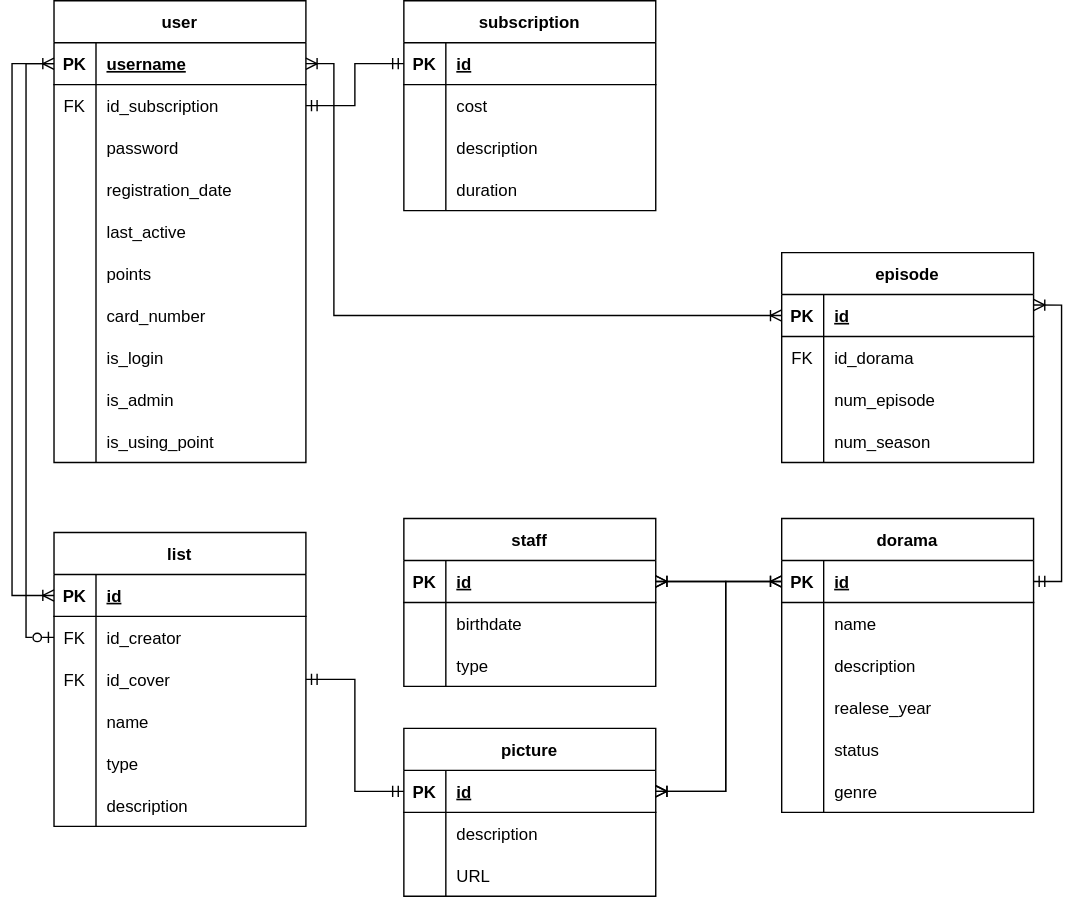
This is docs/img/er-bd.svg from AskaryanKarine/DoramaSet, a draw.io export, as it was before one commit. Source tidied: cells renumbered, new cells last; positions are measured from the earlier drawing's top-left corner, leaving out a move shared by most shapes.
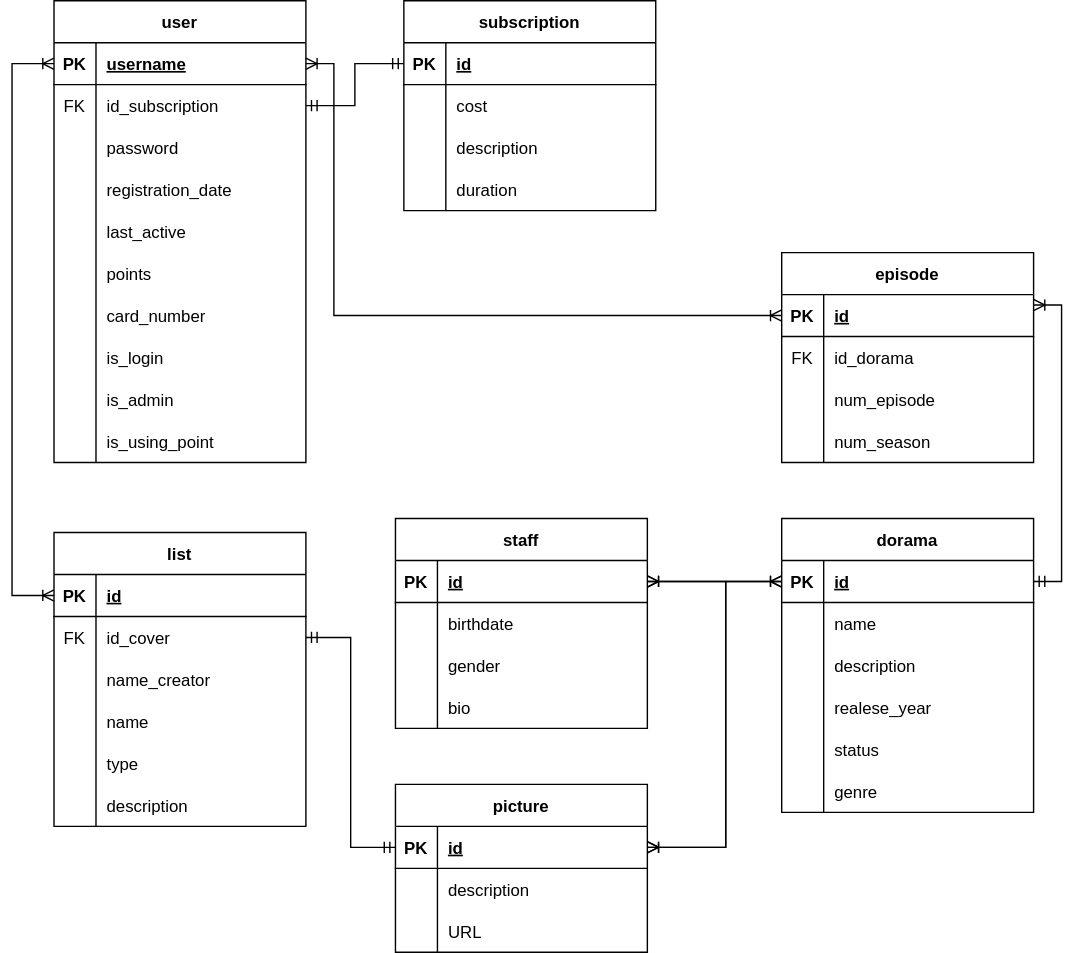
After the change.

Change to the diagram source:
```diff
@@ -146,24 +146,24 @@
     <mxCell id="49" value="id" style="shape=partialRectangle;fillColor=none;top=0;left=0;bottom=0;right=0;align=left;spacingLeft=6;fontStyle=5;overflow=hidden;" parent="47" vertex="1">
       <mxGeometry x="30" width="150" height="30" as="geometry" />
     </mxCell>
+    <mxCell id="53" style="shape=tableRow;horizontal=0;startSize=0;swimlaneHead=0;swimlaneBody=0;fillColor=none;points=[[0,0.5],[1,0.5]];portConstraint=eastwest;top=0;left=0;right=0;bottom=0;" parent="46" vertex="1">
+      <mxGeometry y="60" width="180" height="30" as="geometry" />
+    </mxCell>
+    <mxCell id="54" value="FK" style="shape=partialRectangle;fillColor=none;top=0;left=0;bottom=0;right=0;overflow=hidden;" parent="53" vertex="1">
+      <mxGeometry width="30" height="30" as="geometry" />
+    </mxCell>
+    <mxCell id="55" value="id_cover" style="shape=partialRectangle;fillColor=none;top=0;left=0;bottom=0;right=0;align=left;spacingLeft=6;overflow=hidden;" parent="53" vertex="1">
+      <mxGeometry x="30" width="150" height="30" as="geometry" />
+    </mxCell>
     <mxCell id="50" style="shape=tableRow;horizontal=0;startSize=0;swimlaneHead=0;swimlaneBody=0;fillColor=none;points=[[0,0.5],[1,0.5]];portConstraint=eastwest;top=0;left=0;right=0;bottom=0;" parent="46" vertex="1">
-      <mxGeometry y="60" width="180" height="30" as="geometry" />
+      <mxGeometry y="90" width="180" height="30" as="geometry" />
     </mxCell>
-    <mxCell id="51" value="FK" style="shape=partialRectangle;fillColor=none;top=0;left=0;bottom=0;right=0;overflow=hidden;" parent="50" vertex="1">
+    <mxCell id="51" style="shape=partialRectangle;fillColor=none;top=0;left=0;bottom=0;right=0;overflow=hidden;" parent="50" vertex="1">
       <mxGeometry width="30" height="30" as="geometry" />
     </mxCell>
-    <mxCell id="52" value="id_creator" style="shape=partialRectangle;fillColor=none;top=0;left=0;bottom=0;right=0;align=left;spacingLeft=6;overflow=hidden;" parent="50" vertex="1">
+    <mxCell id="52" value="name_creator" style="shape=partialRectangle;fillColor=none;top=0;left=0;bottom=0;right=0;align=left;spacingLeft=6;overflow=hidden;" parent="50" vertex="1">
       <mxGeometry x="30" width="150" height="30" as="geometry" />
     </mxCell>
-    <mxCell id="53" style="shape=tableRow;horizontal=0;startSize=0;swimlaneHead=0;swimlaneBody=0;fillColor=none;points=[[0,0.5],[1,0.5]];portConstraint=eastwest;top=0;left=0;right=0;bottom=0;" parent="46" vertex="1">
-      <mxGeometry y="90" width="180" height="30" as="geometry" />
-    </mxCell>
-    <mxCell id="54" value="FK" style="shape=partialRectangle;fillColor=none;top=0;left=0;bottom=0;right=0;overflow=hidden;" parent="53" vertex="1">
-      <mxGeometry width="30" height="30" as="geometry" />
-    </mxCell>
-    <mxCell id="55" value="id_cover" style="shape=partialRectangle;fillColor=none;top=0;left=0;bottom=0;right=0;align=left;spacingLeft=6;overflow=hidden;" parent="53" vertex="1">
-      <mxGeometry x="30" width="150" height="30" as="geometry" />
-    </mxCell>
     <mxCell id="56" style="shape=tableRow;horizontal=0;startSize=0;swimlaneHead=0;swimlaneBody=0;fillColor=none;top=0;left=0;right=0;bottom=0;" parent="46" vertex="1">
       <mxGeometry y="120" width="180" height="30" as="geometry" />
     </mxCell>
@@ -288,7 +288,7 @@
       <mxGeometry x="30" width="150" height="30" as="geometry" />
     </mxCell>
     <mxCell id="97" value="staff" style="shape=table;startSize=30;rowLines=0;fontStyle=1;align=center;" parent="1" vertex="1">
-      <mxGeometry x="280" y="370" width="180" height="120" as="geometry" />
+      <mxGeometry x="274" y="370" width="180" height="150" as="geometry" />
     </mxCell>
     <mxCell id="98" style="shape=tableRow;horizontal=0;startSize=0;swimlaneHead=0;swimlaneBody=0;fillColor=none;points=[[0,0.5],[1,0.5]];portConstraint=eastwest;top=0;left=0;right=0;bottom=1;" parent="97" vertex="1">
       <mxGeometry y="30" width="180" height="30" as="geometry" />
@@ -314,11 +314,20 @@
     <mxCell id="105" style="shape=partialRectangle;fillColor=none;top=0;left=0;bottom=0;right=0;overflow=hidden;" parent="104" vertex="1">
       <mxGeometry width="30" height="30" as="geometry" />
     </mxCell>
-    <mxCell id="106" value="type" style="shape=partialRectangle;fillColor=none;top=0;left=0;bottom=0;right=0;align=left;spacingLeft=6;overflow=hidden;" parent="104" vertex="1">
+    <mxCell id="106" value="gender" style="shape=partialRectangle;fillColor=none;top=0;left=0;bottom=0;right=0;align=left;spacingLeft=6;overflow=hidden;" parent="104" vertex="1">
       <mxGeometry x="30" width="150" height="30" as="geometry" />
     </mxCell>
+    <mxCell id="126" style="shape=tableRow;horizontal=0;startSize=0;swimlaneHead=0;swimlaneBody=0;fillColor=none;top=0;left=0;right=0;bottom=0;" parent="97" vertex="1">
+      <mxGeometry y="120" width="180" height="30" as="geometry" />
+    </mxCell>
+    <mxCell id="127" style="shape=partialRectangle;fillColor=none;top=0;left=0;bottom=0;right=0;overflow=hidden;" parent="126" vertex="1">
+      <mxGeometry width="30" height="30" as="geometry" />
+    </mxCell>
+    <mxCell id="128" value="bio" style="shape=partialRectangle;fillColor=none;top=0;left=0;bottom=0;right=0;align=left;spacingLeft=6;overflow=hidden;" parent="126" vertex="1">
+      <mxGeometry x="30" width="150" height="30" as="geometry" />
+    </mxCell>
     <mxCell id="107" value="picture" style="shape=table;startSize=30;rowLines=0;fontStyle=1;align=center;" parent="1" vertex="1">
-      <mxGeometry x="280" y="520" width="180" height="120" as="geometry" />
+      <mxGeometry x="274" y="560" width="180" height="120" as="geometry" />
     </mxCell>
     <mxCell id="108" style="shape=tableRow;horizontal=0;startSize=0;swimlaneHead=0;swimlaneBody=0;fillColor=none;points=[[0,0.5],[1,0.5]];portConstraint=eastwest;top=0;left=0;right=0;bottom=1;" parent="107" vertex="1">
       <mxGeometry y="30" width="180" height="30" as="geometry" />
@@ -377,25 +386,22 @@
         </Array>
       </mxGeometry>
     </mxCell>
-    <mxCell id="122" style="edgeStyle=orthogonalEdgeStyle;rounded=0;jettySize=auto;html=1;entryX=0;entryY=0.5;entryDx=0;entryDy=0;startArrow=ERzeroToOne;startFill=0;endArrow=none;endFill=0;" parent="1" edge="1" source="50" target="3">
-      <mxGeometry relative="1" as="geometry" />
-    </mxCell>
     <mxCell id="123" style="edgeStyle=orthogonalEdgeStyle;rounded=0;jettySize=auto;html=1;entryX=0;entryY=0.5;entryDx=0;entryDy=0;startArrow=ERoneToMany;startFill=0;endArrow=ERoneToMany;endFill=0;" parent="1" edge="1" source="98" target="66">
       <mxGeometry relative="1" as="geometry" />
     </mxCell>
-    <mxCell id="124" style="edgeStyle=orthogonalEdgeStyle;rounded=0;jettySize=auto;html=1;entryX=1;entryY=0.5;entryDx=0;entryDy=0;startArrow=ERoneToMany;startFill=0;endArrow=ERoneToMany;endFill=0;" parent="1" edge="1" source="108" target="98">
+    <mxCell id="124" style="edgeStyle=orthogonalEdgeStyle;rounded=0;jettySize=auto;html=1;entryX=1;entryY=0.5;entryDx=0;entryDy=0;startArrow=ERoneToMany;startFill=0;endArrow=ERoneToMany;endFill=0;exitX=1;exitY=0.5;exitDx=0;exitDy=0;" parent="1" edge="1" source="108" target="98">
       <mxGeometry relative="1" as="geometry">
         <Array as="points">
-          <mxPoint x="510" y="565" />
+          <mxPoint x="510" y="605" />
           <mxPoint x="510" y="415" />
         </Array>
       </mxGeometry>
     </mxCell>
-    <mxCell id="125" style="edgeStyle=orthogonalEdgeStyle;rounded=0;jettySize=auto;html=1;exitX=0;exitY=0.5;exitDx=0;exitDy=0;entryX=1;entryY=0.5;entryDx=0;entryDy=0;startArrow=ERoneToMany;startFill=0;endArrow=ERoneToMany;endFill=0;" parent="1" edge="1" source="66" target="108">
+    <mxCell id="125" style="edgeStyle=orthogonalEdgeStyle;rounded=0;jettySize=auto;html=1;exitX=0;exitY=0.5;exitDx=0;exitDy=0;startArrow=ERoneToMany;startFill=0;endArrow=ERoneToMany;endFill=0;entryX=1;entryY=0.5;entryDx=0;entryDy=0;" parent="1" edge="1" source="66" target="108">
       <mxGeometry relative="1" as="geometry">
         <Array as="points">
           <mxPoint x="510" y="415" />
-          <mxPoint x="510" y="565" />
+          <mxPoint x="510" y="605" />
         </Array>
       </mxGeometry>
     </mxCell>
```
